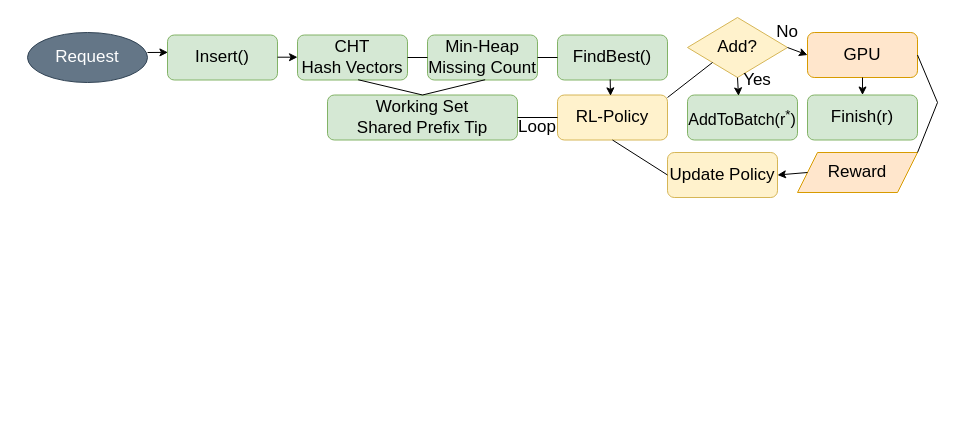
Earlier version of the draw.io diagram documentation/illustrations/pipeline.drawio (sakshamrathi21/Structured_LLM_Optimization). Source tidied: cells renumbered, new cells numbered last; positions are measured from the earlier drawing's top-left corner, leaving out a move shared by most shapes. Both pictures are drawn from the tidied source at 100%, with x=0, y=0 at pixel (27, 17).
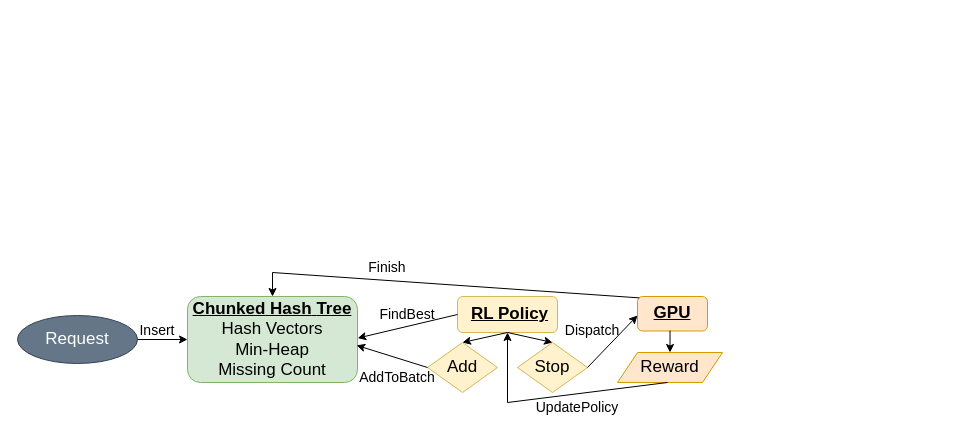
Above is the later version.

Diff of the diagram source:
```diff
@@
     <mxCell id="2" value="&lt;font style=&quot;font-size: 17px;&quot;&gt;Request&lt;/font&gt;" style="ellipse;whiteSpace=wrap;html=1;fillColor=#647687;fontColor=#ffffff;strokeColor=#314354;" parent="1" vertex="1">
-      <mxGeometry y="15" width="120" height="50" as="geometry" />
+      <mxGeometry x="-10" y="298" width="120" height="48" as="geometry" />
     </mxCell>
-    <mxCell id="3" value="&lt;font style=&quot;font-size: 17px;&quot;&gt;Insert()&lt;/font&gt;" style="rounded=1;whiteSpace=wrap;html=1;fillColor=#d5e8d4;strokeColor=#82b366;" parent="1" vertex="1">
-      <mxGeometry x="140" y="17.5" width="110" height="45" as="geometry" />
-    </mxCell>
-    <mxCell id="4" value="&lt;font style=&quot;font-size: 17px;&quot;&gt;CHT&lt;br&gt;Hash Vectors&lt;/font&gt;" style="rounded=1;whiteSpace=wrap;html=1;fillColor=#d5e8d4;strokeColor=#82b366;" parent="1" vertex="1">
-      <mxGeometry x="270" y="17.5" width="110" height="45" as="geometry" />
-    </mxCell>
-    <mxCell id="5" value="&lt;font style=&quot;font-size: 17px;&quot;&gt;Add?&lt;/font&gt;" style="rhombus;whiteSpace=wrap;html=1;fillColor=#fff2cc;strokeColor=#d6b656;" parent="1" vertex="1">
-      <mxGeometry x="660" width="100" height="60" as="geometry" />
-    </mxCell>
-    <mxCell id="6" value="&lt;span style=&quot;font-size: 17px;&quot;&gt;Min-Heap&lt;br&gt;Missing Count&lt;/span&gt;" style="rounded=1;whiteSpace=wrap;html=1;fillColor=#d5e8d4;strokeColor=#82b366;" parent="1" vertex="1">
-      <mxGeometry x="400" y="17.5" width="110" height="45" as="geometry" />
-    </mxCell>
-    <mxCell id="7" value="&lt;span style=&quot;font-size: 17px;&quot;&gt;Working Set&lt;br&gt;Shared Prefix Tip&lt;/span&gt;" style="rounded=1;whiteSpace=wrap;html=1;fillColor=#d5e8d4;strokeColor=#82b366;" parent="1" vertex="1">
-      <mxGeometry x="300" y="77.5" width="190" height="45" as="geometry" />
-    </mxCell>
-    <mxCell id="8" value="&lt;span style=&quot;font-size: 17px;&quot;&gt;FindBest()&lt;/span&gt;" style="rounded=1;whiteSpace=wrap;html=1;fillColor=#d5e8d4;strokeColor=#82b366;" parent="1" vertex="1">
-      <mxGeometry x="530" y="17.5" width="110" height="45" as="geometry" />
-    </mxCell>
-    <mxCell id="9" value="&lt;span style=&quot;font-size: 17px;&quot;&gt;RL-Policy&lt;/span&gt;" style="rounded=1;whiteSpace=wrap;html=1;fillColor=#fff2cc;strokeColor=#d6b656;" parent="1" vertex="1">
-      <mxGeometry x="530" y="77.5" width="110" height="45" as="geometry" />
-    </mxCell>
-    <mxCell id="10" value="&lt;font style=&quot;font-size: 16px;&quot;&gt;AddToBatch(r&lt;sup style=&quot;&quot;&gt;*&lt;/sup&gt;)&lt;/font&gt;" style="rounded=1;whiteSpace=wrap;html=1;fillColor=#d5e8d4;strokeColor=#82b366;" parent="1" vertex="1">
-      <mxGeometry x="660" y="77.5" width="110" height="45" as="geometry" />
-    </mxCell>
+    <mxCell id="33" value="&lt;font style=&quot;font-size: 17px;&quot;&gt;&lt;u&gt;&lt;b&gt;Chunked&lt;/b&gt; &lt;b&gt;Hash&lt;/b&gt; &lt;b&gt;Tree&lt;/b&gt;&lt;/u&gt;&lt;br&gt;Hash Vectors&lt;br&gt;Min-Heap&lt;br&gt;Missing Count&lt;/font&gt;" style="rounded=1;whiteSpace=wrap;html=1;fillColor=#d5e8d4;strokeColor=#82b366;" parent="1" vertex="1">
+      <mxGeometry x="160" y="279" width="170" height="86" as="geometry" />
+    </mxCell>
+    <mxCell id="34" value="&lt;font style=&quot;font-size: 17px;&quot;&gt;&lt;br&gt;&lt;/font&gt;" style="rounded=1;whiteSpace=wrap;html=1;fillColor=#fff2cc;strokeColor=#d6b656;" parent="1" vertex="1">
+      <mxGeometry x="430" y="279" width="100" height="36" as="geometry" />
+    </mxCell>
+    <mxCell id="35" value="&lt;font style=&quot;font-size: 17px;&quot;&gt;&lt;b&gt;&lt;u&gt;RL Policy&lt;/u&gt;&lt;/b&gt;&lt;/font&gt;" style="text;html=1;whiteSpace=wrap;strokeColor=none;fillColor=none;align=center;verticalAlign=middle;rounded=0;" parent="1" vertex="1">
+      <mxGeometry x="430" y="282" width="105" height="30" as="geometry" />
+    </mxCell>
+    <mxCell id="36" value="&lt;font style=&quot;font-size: 17px;&quot;&gt;Add&lt;/font&gt;" style="rhombus;whiteSpace=wrap;html=1;fillColor=#fff2cc;strokeColor=#d6b656;" parent="1" vertex="1">
+      <mxGeometry x="400" y="325" width="70" height="50" as="geometry" />
+    </mxCell>
+    <mxCell id="37" style="endArrow=classic;html=1;rounded=0;exitX=0.5;exitY=1;exitDx=0;exitDy=0;entryX=0.5;entryY=0;entryDx=0;entryDy=0;" parent="1" edge="1" source="34" target="36">
+      <mxGeometry relative="1" as="geometry" />
+    </mxCell>
+    <mxCell id="38" value="&lt;font style=&quot;font-size: 17px;&quot;&gt;Stop&lt;/font&gt;" style="rhombus;whiteSpace=wrap;html=1;fillColor=#fff2cc;strokeColor=#d6b656;" parent="1" vertex="1">
+      <mxGeometry x="490" y="325" width="70" height="50" as="geometry" />
+    </mxCell>
+    <mxCell id="39" style="endArrow=classic;html=1;rounded=0;entryX=0.5;entryY=0;entryDx=0;entryDy=0;" parent="1" edge="1" target="38">
+      <mxGeometry relative="1" as="geometry">
+        <mxPoint x="480" y="315" as="sourcePoint" />
+      </mxGeometry>
+    </mxCell>
-    <mxCell id="11" value="&lt;span style=&quot;font-size: 17px;&quot;&gt;GPU&lt;/span&gt;" style="rounded=1;whiteSpace=wrap;html=1;fillColor=#ffe6cc;strokeColor=#d79b00;" parent="1" vertex="1">
-      <mxGeometry x="780" y="15" width="110" height="45" as="geometry" />
+    <mxCell id="11" value="&lt;span style=&quot;font-size: 17px;&quot;&gt;&lt;b&gt;&lt;u&gt;GPU&lt;/u&gt;&lt;/b&gt;&lt;/span&gt;" style="rounded=1;whiteSpace=wrap;html=1;fillColor=#ffe6cc;strokeColor=#d79b00;" parent="1" vertex="1">
+      <mxGeometry x="610" y="279" width="70" height="34.5" as="geometry" />
     </mxCell>
-    <mxCell id="12" value="&lt;span style=&quot;font-size: 17px;&quot;&gt;Finish(r)&lt;/span&gt;" style="rounded=1;whiteSpace=wrap;html=1;fillColor=#d5e8d4;strokeColor=#82b366;" parent="1" vertex="1">
-      <mxGeometry x="780" y="77.5" width="110" height="45" as="geometry" />
-    </mxCell>
+    <mxCell id="40" style="endArrow=classic;html=1;rounded=0;exitX=1;exitY=0.5;exitDx=0;exitDy=0;entryX=0;entryY=0.5;entryDx=0;entryDy=0;" parent="1" edge="1" source="2" target="33">
+      <mxGeometry relative="1" as="geometry" />
+    </mxCell>
+    <mxCell id="41" value="&lt;font style=&quot;font-size: 14px;&quot;&gt;Insert&lt;/font&gt;" style="text;html=1;whiteSpace=wrap;strokeColor=none;fillColor=none;align=center;verticalAlign=middle;rounded=0;" parent="1" vertex="1">
+      <mxGeometry x="100" y="298" width="60" height="30" as="geometry" />
+    </mxCell>
     <mxCell id="13" value="&lt;font style=&quot;font-size: 17px;&quot;&gt;Reward&lt;/font&gt;" style="shape=parallelogram;perimeter=parallelogramPerimeter;whiteSpace=wrap;html=1;fixedSize=1;fillColor=#ffe6cc;strokeColor=#d79b00;" parent="1" vertex="1">
-      <mxGeometry x="770" y="135" width="120" height="40" as="geometry" />
+      <mxGeometry x="590" y="335" width="105" height="30" as="geometry" />
     </mxCell>
-    <mxCell id="14" value="&lt;span style=&quot;font-size: 17px;&quot;&gt;Update Policy&lt;/span&gt;" style="rounded=1;whiteSpace=wrap;html=1;fillColor=#fff2cc;strokeColor=#d6b656;" parent="1" vertex="1">
-      <mxGeometry x="640" y="135" width="110" height="45" as="geometry" />
-    </mxCell>
-    <mxCell id="15" style="endArrow=classic;html=1;rounded=0;entryX=0.004;entryY=0.386;entryDx=0;entryDy=0;entryPerimeter=0;" parent="1" edge="1" target="3">
-      <mxGeometry relative="1" as="geometry">
-        <mxPoint x="120" y="35" as="sourcePoint" />
-      </mxGeometry>
-    </mxCell>
-    <mxCell id="16" style="endArrow=classic;html=1;rounded=0;entryX=0.004;entryY=0.386;entryDx=0;entryDy=0;entryPerimeter=0;" parent="1" edge="1">
-      <mxGeometry relative="1" as="geometry">
-        <mxPoint x="250" y="39.7" as="sourcePoint" />
-        <mxPoint x="270" y="39.7" as="targetPoint" />
-      </mxGeometry>
-    </mxCell>
-    <mxCell id="17" style="endArrow=none;html=1;rounded=0;entryX=0;entryY=0.5;entryDx=0;entryDy=0;exitX=1;exitY=0.5;exitDx=0;exitDy=0;" parent="1" edge="1" source="4" target="6">
-      <mxGeometry relative="1" as="geometry" />
-    </mxCell>
-    <mxCell id="18" style="endArrow=none;html=1;rounded=0;entryX=0.551;entryY=0.994;entryDx=0;entryDy=0;entryPerimeter=0;exitX=0.5;exitY=0;exitDx=0;exitDy=0;" parent="1" edge="1" source="7" target="4">
-      <mxGeometry relative="1" as="geometry" />
-    </mxCell>
-    <mxCell id="19" style="endArrow=none;html=1;rounded=0;entryX=0.524;entryY=0.994;entryDx=0;entryDy=0;entryPerimeter=0;exitX=0.5;exitY=0;exitDx=0;exitDy=0;" parent="1" edge="1" source="7" target="6">
-      <mxGeometry relative="1" as="geometry" />
-    </mxCell>
-    <mxCell id="20" style="endArrow=none;html=1;rounded=0;exitX=1;exitY=0.5;exitDx=0;exitDy=0;entryX=0;entryY=0.5;entryDx=0;entryDy=0;" parent="1" edge="1" source="6" target="8">
-      <mxGeometry relative="1" as="geometry" />
-    </mxCell>
-    <mxCell id="21" style="endArrow=classic;html=1;rounded=0;entryX=0.482;entryY=0.019;entryDx=0;entryDy=0;entryPerimeter=0;exitX=0.479;exitY=0.986;exitDx=0;exitDy=0;exitPerimeter=0;" parent="1" edge="1" source="8" target="9">
-      <mxGeometry relative="1" as="geometry" />
-    </mxCell>
-    <mxCell id="22" style="endArrow=classic;html=1;rounded=0;exitX=0.5;exitY=1;exitDx=0;exitDy=0;entryX=0.464;entryY=0.019;entryDx=0;entryDy=0;entryPerimeter=0;" parent="1" edge="1" source="5" target="10">
-      <mxGeometry relative="1" as="geometry" />
-    </mxCell>
-    <mxCell id="23" style="endArrow=classic;html=1;rounded=0;exitX=1;exitY=0.5;exitDx=0;exitDy=0;entryX=0;entryY=0.5;entryDx=0;entryDy=0;" parent="1" edge="1" source="5" target="11">
-      <mxGeometry relative="1" as="geometry" />
-    </mxCell>
-    <mxCell id="24" style="endArrow=classic;html=1;rounded=0;exitX=0.5;exitY=1;exitDx=0;exitDy=0;entryX=0.5;entryY=0;entryDx=0;entryDy=0;" parent="1" edge="1" source="11" target="12">
-      <mxGeometry relative="1" as="geometry" />
-    </mxCell>
-    <mxCell id="25" style="endArrow=none;html=1;rounded=0;entryX=1;entryY=0.5;entryDx=0;entryDy=0;exitX=1;exitY=0;exitDx=0;exitDy=0;" parent="1" edge="1" source="13" target="11">
-      <mxGeometry relative="1" as="geometry">
-        <Array as="points">
-          <mxPoint x="910" y="85" />
-        </Array>
-      </mxGeometry>
-    </mxCell>
-    <mxCell id="26" style="endArrow=classic;html=1;rounded=0;exitX=0;exitY=0.5;exitDx=0;exitDy=0;entryX=1;entryY=0.5;entryDx=0;entryDy=0;" parent="1" edge="1" source="13" target="14">
-      <mxGeometry relative="1" as="geometry" />
-    </mxCell>
-    <mxCell id="27" style="endArrow=none;html=1;rounded=0;entryX=0.5;entryY=1;entryDx=0;entryDy=0;exitX=0;exitY=0.5;exitDx=0;exitDy=0;" parent="1" edge="1" source="14" target="9">
-      <mxGeometry relative="1" as="geometry" />
-    </mxCell>
-    <mxCell id="28" value="&lt;font style=&quot;font-size: 17px;&quot;&gt;Yes&lt;/font&gt;" style="text;html=1;whiteSpace=wrap;strokeColor=none;fillColor=none;align=center;verticalAlign=middle;rounded=0;" parent="1" vertex="1">
-      <mxGeometry x="700" y="47.5" width="60" height="30" as="geometry" />
-    </mxCell>
-    <mxCell id="29" value="&lt;font style=&quot;font-size: 17px;&quot;&gt;No&lt;/font&gt;" style="text;html=1;whiteSpace=wrap;strokeColor=none;fillColor=none;align=center;verticalAlign=middle;rounded=0;" parent="1" vertex="1">
-      <mxGeometry x="730" width="60" height="30" as="geometry" />
-    </mxCell>
-    <mxCell id="30" style="endArrow=none;html=1;rounded=0;entryX=0;entryY=1;entryDx=0;entryDy=0;" parent="1" edge="1" target="5">
-      <mxGeometry relative="1" as="geometry">
-        <mxPoint x="640" y="80" as="sourcePoint" />
-      </mxGeometry>
-    </mxCell>
-    <mxCell id="31" style="endArrow=none;html=1;rounded=0;exitX=1;exitY=0.5;exitDx=0;exitDy=0;entryX=0;entryY=0.5;entryDx=0;entryDy=0;" parent="1" edge="1" source="7" target="9">
-      <mxGeometry relative="1" as="geometry" />
-    </mxCell>
-    <mxCell id="32" value="&lt;font style=&quot;font-size: 17px;&quot;&gt;Loop&lt;/font&gt;" style="text;html=1;whiteSpace=wrap;strokeColor=none;fillColor=none;align=center;verticalAlign=middle;rounded=0;" parent="1" vertex="1">
-      <mxGeometry x="480" y="95" width="60" height="30" as="geometry" />
-    </mxCell>
+    <mxCell id="42" style="endArrow=classic;html=1;rounded=0;exitX=0;exitY=0.5;exitDx=0;exitDy=0;entryX=1.001;entryY=0.484;entryDx=0;entryDy=0;entryPerimeter=0;" parent="1" edge="1" source="35" target="33">
+      <mxGeometry relative="1" as="geometry" />
+    </mxCell>
+    <mxCell id="43" value="&lt;font style=&quot;font-size: 14px;&quot;&gt;FindBest&lt;/font&gt;" style="text;html=1;whiteSpace=wrap;strokeColor=none;fillColor=none;align=center;verticalAlign=middle;rounded=0;" parent="1" vertex="1">
+      <mxGeometry x="350" y="282" width="60" height="30" as="geometry" />
+    </mxCell>
+    <mxCell id="44" style="endArrow=classic;html=1;rounded=0;exitX=1;exitY=0.5;exitDx=0;exitDy=0;" parent="1" edge="1" source="38">
+      <mxGeometry relative="1" as="geometry">
+        <mxPoint x="610" y="298" as="targetPoint" />
+      </mxGeometry>
+    </mxCell>
+    <mxCell id="45" value="&lt;font style=&quot;font-size: 14px;&quot;&gt;Dispatch&lt;/font&gt;" style="text;html=1;whiteSpace=wrap;strokeColor=none;fillColor=none;align=center;verticalAlign=middle;rounded=0;" parent="1" vertex="1">
+      <mxGeometry x="535" y="298" width="60" height="30" as="geometry" />
+    </mxCell>
+    <mxCell id="46" style="endArrow=classic;html=1;rounded=0;entryX=0.5;entryY=0;entryDx=0;entryDy=0;exitX=0.465;exitY=0.989;exitDx=0;exitDy=0;exitPerimeter=0;" parent="1" edge="1" source="11" target="13">
+      <mxGeometry relative="1" as="geometry" />
+    </mxCell>
+    <mxCell id="47" style="endArrow=classic;html=1;rounded=0;exitX=0;exitY=0.5;exitDx=0;exitDy=0;entryX=0.995;entryY=0.568;entryDx=0;entryDy=0;entryPerimeter=0;" parent="1" edge="1" source="36" target="33">
+      <mxGeometry relative="1" as="geometry" />
+    </mxCell>
+    <mxCell id="48" value="&lt;font style=&quot;font-size: 14px;&quot;&gt;AddToBatch&lt;/font&gt;" style="text;html=1;whiteSpace=wrap;strokeColor=none;fillColor=none;align=center;verticalAlign=middle;rounded=0;" parent="1" vertex="1">
+      <mxGeometry x="340" y="345" width="60" height="30" as="geometry" />
+    </mxCell>
+    <mxCell id="49" style="endArrow=classic;html=1;rounded=0;" parent="1" edge="1">
+      <mxGeometry relative="1" as="geometry">
+        <mxPoint x="640" y="365" as="sourcePoint" />
+        <mxPoint x="480" y="315" as="targetPoint" />
+        <Array as="points">
+          <mxPoint x="480" y="385" />
+        </Array>
+      </mxGeometry>
+    </mxCell>
+    <mxCell id="50" value="&lt;font style=&quot;font-size: 14px;&quot;&gt;UpdatePolicy&lt;/font&gt;" style="text;html=1;whiteSpace=wrap;strokeColor=none;fillColor=none;align=center;verticalAlign=middle;rounded=0;" parent="1" vertex="1">
+      <mxGeometry x="520" y="375" width="60" height="30" as="geometry" />
+    </mxCell>
+    <mxCell id="51" style="endArrow=classic;html=1;rounded=0;entryX=0.5;entryY=0;entryDx=0;entryDy=0;exitX=0.025;exitY=0.04;exitDx=0;exitDy=0;exitPerimeter=0;" parent="1" edge="1" source="11" target="33">
+      <mxGeometry relative="1" as="geometry">
+        <Array as="points">
+          <mxPoint x="245" y="255" />
+        </Array>
+      </mxGeometry>
+    </mxCell>
+    <mxCell id="52" value="&lt;font style=&quot;font-size: 14px;&quot;&gt;Finish&lt;/font&gt;" style="text;html=1;whiteSpace=wrap;strokeColor=none;fillColor=none;align=center;verticalAlign=middle;rounded=0;" parent="1" vertex="1">
+      <mxGeometry x="330" y="235" width="60" height="30" as="geometry" />
+    </mxCell>
```
